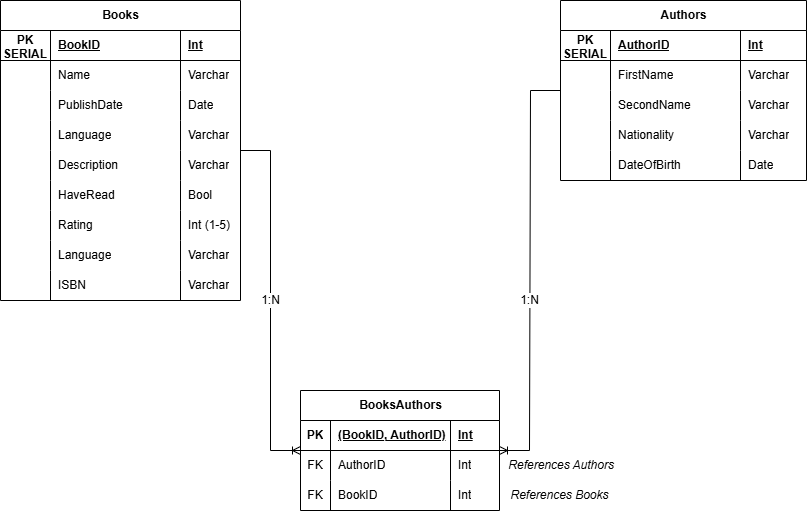
The draw.io diagram navrhy/DB navrh - elektlabs.drawio.png in MatyasBalcar/elektlabs-staz, before a commit. Source tidied: cells renumbered, new cells last; positions are measured from the earlier drawing's top-left corner, leaving out a move shared by most shapes.
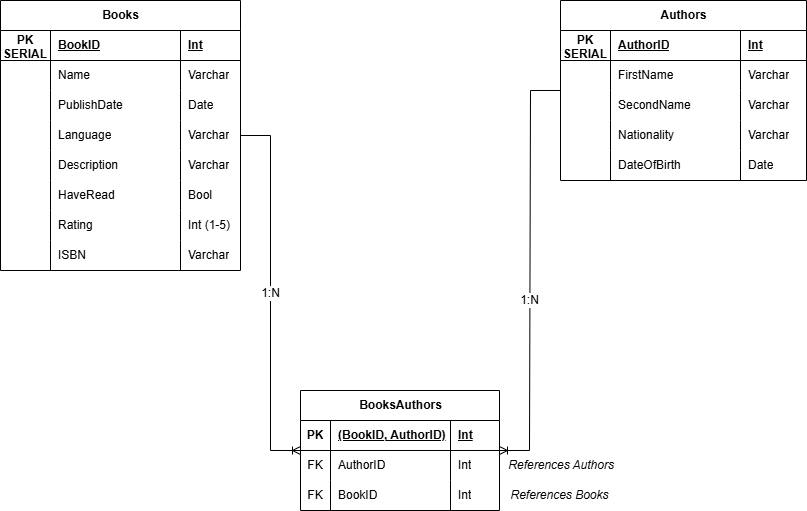
After the change.

Diff of the diagram source:
```diff
@@ -3,7 +3,7 @@
     <mxCell id="0" />
     <mxCell id="1" parent="0" />
     <mxCell id="2" value="Books" style="shape=table;startSize=30;rowLines=0;fontStyle=1;align=center;html=1;rounded=0;" parent="1" vertex="1">
-      <mxGeometry width="240" height="300" as="geometry" />
+      <mxGeometry width="240" height="270" as="geometry" />
     </mxCell>
     <mxCell id="3" style="shape=tableRow;horizontal=0;startSize=0;swimlaneHead=0;swimlaneBody=0;fillColor=none;top=0;left=0;right=0;bottom=1;rounded=0;" parent="2" vertex="1">
       <mxGeometry y="30" width="240" height="30" as="geometry" />
@@ -89,20 +89,8 @@
     <mxCell id="30" value="Int (1-5)" style="shape=partialRectangle;fillColor=none;top=0;left=0;bottom=0;right=0;align=left;spacingLeft=6;overflow=hidden;whiteSpace=wrap;html=1;rounded=0;" parent="27" vertex="1">
       <mxGeometry x="180" width="60" height="30" as="geometry" />
     </mxCell>
-    <mxCell id="31" style="shape=tableRow;horizontal=0;startSize=0;swimlaneHead=0;swimlaneBody=0;fillColor=none;top=0;left=0;right=0;bottom=0;rounded=0;" parent="2" vertex="1">
-      <mxGeometry y="240" width="240" height="30" as="geometry" />
-    </mxCell>
-    <mxCell id="32" style="shape=partialRectangle;fillColor=none;top=0;left=0;bottom=0;right=0;overflow=hidden;whiteSpace=wrap;html=1;rounded=0;" parent="31" vertex="1">
-      <mxGeometry width="50" height="30" as="geometry" />
-    </mxCell>
-    <mxCell id="33" value="Language" style="shape=partialRectangle;fillColor=none;top=0;left=0;bottom=0;right=0;align=left;spacingLeft=6;overflow=hidden;whiteSpace=wrap;html=1;rounded=0;" parent="31" vertex="1">
-      <mxGeometry x="50" width="130" height="30" as="geometry" />
-    </mxCell>
-    <mxCell id="34" value="Varchar" style="shape=partialRectangle;fillColor=none;top=0;left=0;bottom=0;right=0;align=left;spacingLeft=6;overflow=hidden;whiteSpace=wrap;html=1;rounded=0;" parent="31" vertex="1">
-      <mxGeometry x="180" width="60" height="30" as="geometry" />
-    </mxCell>
     <mxCell id="35" style="shape=tableRow;horizontal=0;startSize=0;swimlaneHead=0;swimlaneBody=0;fillColor=none;top=0;left=0;right=0;bottom=0;rounded=0;" parent="2" vertex="1">
-      <mxGeometry y="270" width="240" height="30" as="geometry" />
+      <mxGeometry y="240" width="240" height="30" as="geometry" />
     </mxCell>
     <mxCell id="36" style="shape=partialRectangle;fillColor=none;top=0;left=0;bottom=0;right=0;overflow=hidden;whiteSpace=wrap;html=1;rounded=0;" parent="35" vertex="1">
       <mxGeometry width="50" height="30" as="geometry" />
```
